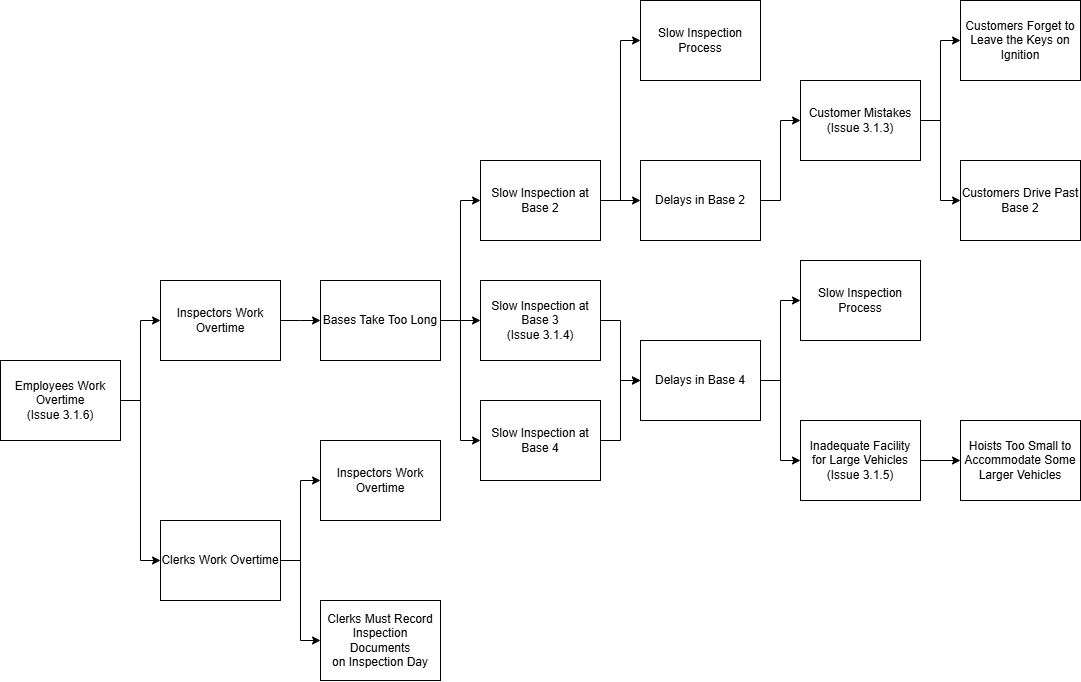
This is Why-Why Issues.png from franciscoAbreuTecnico/Business-Process-Engineering-and-Technology, a draw.io export, as it was before one commit. Source tidied: cells renumbered, new cells last; positions are measured from the earlier drawing's top-left corner, leaving out a move shared by most shapes.
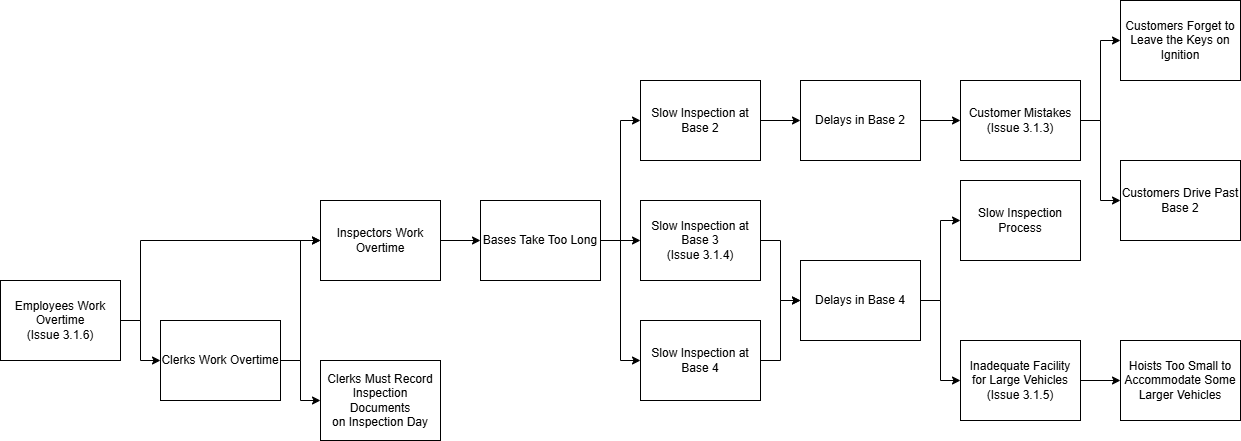
The same diagram one commit later.

Commit message:
Updated Why-Why diagram

What changed in the source:
```diff
@@ -5,21 +5,19 @@
     <mxCell id="2" style="edgeStyle=orthogonalEdgeStyle;rounded=0;jettySize=auto;html=1;entryX=0;entryY=0.5;entryDx=0;entryDy=0;" parent="1" edge="1" source="4" target="9">
       <mxGeometry relative="1" as="geometry" />
     </mxCell>
-    <mxCell id="3" style="edgeStyle=orthogonalEdgeStyle;rounded=0;jettySize=auto;html=1;entryX=0;entryY=0.5;entryDx=0;entryDy=0;" parent="1" edge="1" source="4" target="6">
+    <mxCell id="3" style="edgeStyle=orthogonalEdgeStyle;rounded=0;jettySize=auto;html=1;exitX=1;exitY=0.5;exitDx=0;exitDy=0;entryX=0;entryY=0.5;entryDx=0;entryDy=0;" parent="1" edge="1" source="4" target="6">
       <mxGeometry relative="1" as="geometry">
         <Array as="points">
-          <mxPoint x="140" y="400" />
-          <mxPoint x="140" y="320" />
+          <mxPoint x="-20" y="400" />
+          <mxPoint x="-20" y="320" />
         </Array>
       </mxGeometry>
     </mxCell>
     <mxCell id="4" value="Employees Work Overtime&lt;div&gt;(Issue 3.1.6)&lt;/div&gt;" style="rounded=0;whiteSpace=wrap;html=1;" parent="1" vertex="1">
-      <mxGeometry y="360" width="120" height="80" as="geometry" />
+      <mxGeometry x="-160" y="360" width="120" height="80" as="geometry" />
     </mxCell>
-    <mxCell id="5" style="edgeStyle=orthogonalEdgeStyle;rounded=0;jettySize=auto;html=1;" parent="1" edge="1" source="6">
-      <mxGeometry relative="1" as="geometry">
-        <mxPoint x="320" y="320" as="targetPoint" />
-      </mxGeometry>
+    <mxCell id="5" style="edgeStyle=orthogonalEdgeStyle;rounded=0;jettySize=auto;html=1;entryX=0;entryY=0.5;entryDx=0;entryDy=0;" parent="1" edge="1" source="6" target="15">
+      <mxGeometry relative="1" as="geometry" />
     </mxCell>
     <mxCell id="6" value="Inspectors Work Overtime" style="rounded=0;whiteSpace=wrap;html=1;" parent="1" vertex="1">
       <mxGeometry x="160" y="280" width="120" height="80" as="geometry" />
@@ -27,18 +25,15 @@
     <mxCell id="7" style="edgeStyle=orthogonalEdgeStyle;rounded=0;jettySize=auto;html=1;entryX=0;entryY=0.5;entryDx=0;entryDy=0;" parent="1" edge="1" source="9" target="10">
       <mxGeometry relative="1" as="geometry" />
     </mxCell>
-    <mxCell id="8" style="edgeStyle=orthogonalEdgeStyle;rounded=0;jettySize=auto;html=1;" parent="1" edge="1" source="9" target="11">
-      <mxGeometry relative="1" as="geometry" />
-    </mxCell>
+    <mxCell id="38" style="edgeStyle=orthogonalEdgeStyle;rounded=0;jettySize=auto;html=1;entryX=0;entryY=0.5;entryDx=0;entryDy=0;" parent="1" edge="1" source="9" target="6">
+      <mxGeometry relative="1" as="geometry" />
+    </mxCell>
     <mxCell id="9" value="Clerks Work Overtime" style="rounded=0;whiteSpace=wrap;html=1;" parent="1" vertex="1">
-      <mxGeometry x="160" y="520" width="120" height="80" as="geometry" />
+      <mxGeometry y="400" width="120" height="80" as="geometry" />
     </mxCell>
     <mxCell id="10" value="Clerks Must Record Inspection Documents on&amp;nbsp;&lt;span style=&quot;background-color: initial;&quot;&gt;Insp&lt;/span&gt;&lt;span style=&quot;background-color: initial;&quot;&gt;ection Day&lt;/span&gt;" style="rounded=0;whiteSpace=wrap;html=1;" parent="1" vertex="1">
-      <mxGeometry x="320" y="600" width="120" height="80" as="geometry" />
+      <mxGeometry x="160" y="440" width="120" height="80" as="geometry" />
     </mxCell>
-    <mxCell id="11" value="Inspectors Work Overtime" style="rounded=0;whiteSpace=wrap;html=1;" parent="1" vertex="1">
-      <mxGeometry x="320" y="440" width="120" height="80" as="geometry" />
-    </mxCell>
     <mxCell id="12" style="edgeStyle=orthogonalEdgeStyle;rounded=0;jettySize=auto;html=1;exitX=1;exitY=0.5;exitDx=0;exitDy=0;" parent="1" edge="1" source="15" target="31">
       <mxGeometry relative="1" as="geometry" />
     </mxCell>
@@ -73,13 +68,13 @@
       <mxGeometry relative="1" as="geometry" />
     </mxCell>
     <mxCell id="23" value="Customer Mistakes&lt;div&gt;(Issue 3.1.3)&lt;/div&gt;" style="rounded=0;whiteSpace=wrap;html=1;" parent="1" vertex="1">
-      <mxGeometry x="800" y="80" width="120" height="80" as="geometry" />
+      <mxGeometry x="800" y="160" width="120" height="80" as="geometry" />
     </mxCell>
     <mxCell id="24" value="Customers Forget to Leave the Keys on Ignition" style="rounded=0;whiteSpace=wrap;html=1;" parent="1" vertex="1">
-      <mxGeometry x="960" width="120" height="80" as="geometry" />
+      <mxGeometry x="960" y="80" width="120" height="80" as="geometry" />
     </mxCell>
     <mxCell id="25" value="Customers Drive Past Base 2" style="rounded=0;whiteSpace=wrap;html=1;" parent="1" vertex="1">
-      <mxGeometry x="960" y="160" width="120" height="80" as="geometry" />
+      <mxGeometry x="960" y="240" width="120" height="80" as="geometry" />
     </mxCell>
     <mxCell id="26" style="edgeStyle=orthogonalEdgeStyle;rounded=0;jettySize=auto;html=1;exitX=1;exitY=0.5;exitDx=0;exitDy=0;entryX=0;entryY=0.5;entryDx=0;entryDy=0;" parent="1" edge="1" source="27" target="29">
       <mxGeometry relative="1" as="geometry" />
@@ -113,14 +108,8 @@
     <mxCell id="34" style="edgeStyle=orthogonalEdgeStyle;rounded=0;jettySize=auto;html=1;exitX=1;exitY=0.5;exitDx=0;exitDy=0;entryX=0;entryY=0.5;entryDx=0;entryDy=0;" parent="1" edge="1" source="36" target="17">
       <mxGeometry relative="1" as="geometry" />
     </mxCell>
-    <mxCell id="35" style="edgeStyle=orthogonalEdgeStyle;rounded=0;jettySize=auto;html=1;exitX=1;exitY=0.5;exitDx=0;exitDy=0;entryX=0;entryY=0.5;entryDx=0;entryDy=0;" parent="1" edge="1" source="36" target="37">
-      <mxGeometry relative="1" as="geometry" />
-    </mxCell>
     <mxCell id="36" value="Slow Inspection at Base 2" style="rounded=0;whiteSpace=wrap;html=1;" parent="1" vertex="1">
       <mxGeometry x="480" y="160" width="120" height="80" as="geometry" />
     </mxCell>
-    <mxCell id="37" value="Slow Inspection Process" style="rounded=0;whiteSpace=wrap;html=1;" parent="1" vertex="1">
-      <mxGeometry x="640" width="120" height="80" as="geometry" />
-    </mxCell>
   </root>
 </mxGraphModel>
```
